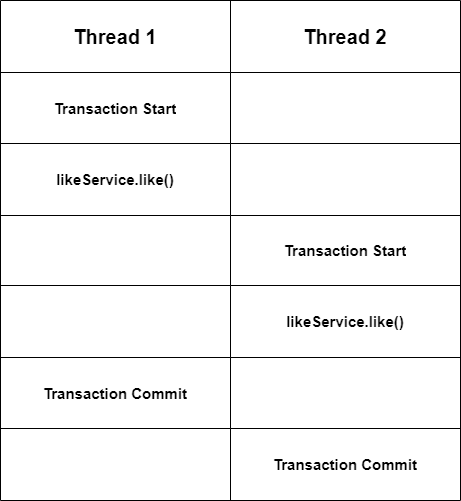
The draw.io diagram @Transactional.png in peeerr/document, before a commit. Source tidied: cells renumbered, new cells last; positions are measured from the earlier drawing's top-left corner, leaving out a move shared by most shapes. The source it was exported from:
```xml
<mxGraphModel>
  <root>
    <mxCell id="0" />
    <mxCell id="1" parent="0" />
    <mxCell id="2" style="shape=table;startSize=0;" parent="1" vertex="1">
      <mxGeometry width="460" height="500" as="geometry" />
    </mxCell>
    <mxCell id="3" style="shape=tableRow;horizontal=0;startSize=0;swimlaneHead=0;swimlaneBody=0;strokeColor=inherit;top=0;left=0;bottom=0;right=0;fillColor=none;" parent="2" vertex="1">
      <mxGeometry width="460" height="72" as="geometry" />
    </mxCell>
    <mxCell id="4" value="&lt;span style=&quot;font-size: 20px; font-weight: 700; text-wrap: nowrap;&quot;&gt;Thread 1&lt;/span&gt;" style="shape=partialRectangle;html=1;whiteSpace=wrap;strokeColor=inherit;overflow=hidden;fillColor=none;top=0;left=0;bottom=0;right=0;" parent="3" vertex="1">
      <mxGeometry width="230" height="72" as="geometry" />
    </mxCell>
    <mxCell id="5" value="&lt;span style=&quot;font-size: 20px; font-weight: 700; text-wrap: nowrap;&quot;&gt;Thread 2&lt;/span&gt;" style="shape=partialRectangle;html=1;whiteSpace=wrap;strokeColor=inherit;overflow=hidden;fillColor=none;top=0;left=0;bottom=0;right=0;" parent="3" vertex="1">
      <mxGeometry x="230" width="230" height="72" as="geometry" />
    </mxCell>
    <mxCell id="6" style="shape=tableRow;horizontal=0;startSize=0;swimlaneHead=0;swimlaneBody=0;strokeColor=inherit;top=0;left=0;bottom=0;right=0;fillColor=none;" parent="2" vertex="1">
      <mxGeometry y="72" width="460" height="71" as="geometry" />
    </mxCell>
    <mxCell id="7" value="&lt;span style=&quot;font-size: 15px; font-weight: 700;&quot;&gt;Transaction Start&lt;/span&gt;" style="shape=partialRectangle;html=1;whiteSpace=wrap;strokeColor=inherit;overflow=hidden;fillColor=none;top=0;left=0;bottom=0;right=0;" parent="6" vertex="1">
      <mxGeometry width="230" height="71" as="geometry" />
    </mxCell>
    <mxCell id="8" style="shape=partialRectangle;html=1;whiteSpace=wrap;strokeColor=inherit;overflow=hidden;fillColor=none;top=0;left=0;bottom=0;right=0;" parent="6" vertex="1">
      <mxGeometry x="230" width="230" height="71" as="geometry" />
    </mxCell>
    <mxCell id="9" style="shape=tableRow;horizontal=0;startSize=0;swimlaneHead=0;swimlaneBody=0;strokeColor=inherit;top=0;left=0;bottom=0;right=0;fillColor=none;" parent="2" vertex="1">
      <mxGeometry y="143" width="460" height="72" as="geometry" />
    </mxCell>
    <mxCell id="10" value="&lt;span style=&quot;font-size: 15px; font-weight: 700;&quot;&gt;likeService.like()&lt;/span&gt;" style="shape=partialRectangle;html=1;whiteSpace=wrap;strokeColor=inherit;overflow=hidden;fillColor=none;top=0;left=0;bottom=0;right=0;" parent="9" vertex="1">
      <mxGeometry width="230" height="72" as="geometry" />
    </mxCell>
    <mxCell id="11" style="shape=partialRectangle;html=1;whiteSpace=wrap;strokeColor=inherit;overflow=hidden;fillColor=none;top=0;left=0;bottom=0;right=0;" parent="9" vertex="1">
      <mxGeometry x="230" width="230" height="72" as="geometry" />
    </mxCell>
    <mxCell id="12" style="shape=tableRow;horizontal=0;startSize=0;swimlaneHead=0;swimlaneBody=0;strokeColor=inherit;top=0;left=0;bottom=0;right=0;fillColor=none;" parent="2" vertex="1">
      <mxGeometry y="215" width="460" height="70" as="geometry" />
    </mxCell>
    <mxCell id="13" style="shape=partialRectangle;html=1;whiteSpace=wrap;strokeColor=inherit;overflow=hidden;fillColor=none;top=0;left=0;bottom=0;right=0;" parent="12" vertex="1">
      <mxGeometry width="230" height="70" as="geometry" />
    </mxCell>
    <mxCell id="14" value="&lt;span style=&quot;font-size: 15px; font-weight: 700;&quot;&gt;Transaction Start&lt;/span&gt;" style="shape=partialRectangle;html=1;whiteSpace=wrap;strokeColor=inherit;overflow=hidden;fillColor=none;top=0;left=0;bottom=0;right=0;" parent="12" vertex="1">
      <mxGeometry x="230" width="230" height="70" as="geometry" />
    </mxCell>
    <mxCell id="15" style="shape=tableRow;horizontal=0;startSize=0;swimlaneHead=0;swimlaneBody=0;strokeColor=inherit;top=0;left=0;bottom=0;right=0;fillColor=none;" parent="2" vertex="1">
      <mxGeometry y="285" width="460" height="72" as="geometry" />
    </mxCell>
    <mxCell id="16" style="shape=partialRectangle;html=1;whiteSpace=wrap;strokeColor=inherit;overflow=hidden;fillColor=none;top=0;left=0;bottom=0;right=0;" parent="15" vertex="1">
      <mxGeometry width="230" height="72" as="geometry" />
    </mxCell>
    <mxCell id="17" value="&lt;span style=&quot;font-size: 15px; font-weight: 700;&quot;&gt;likeService.like()&lt;/span&gt;" style="shape=partialRectangle;html=1;whiteSpace=wrap;strokeColor=inherit;overflow=hidden;fillColor=none;top=0;left=0;bottom=0;right=0;" parent="15" vertex="1">
      <mxGeometry x="230" width="230" height="72" as="geometry" />
    </mxCell>
    <mxCell id="18" style="shape=tableRow;horizontal=0;startSize=0;swimlaneHead=0;swimlaneBody=0;strokeColor=inherit;top=0;left=0;bottom=0;right=0;fillColor=none;" parent="2" vertex="1">
      <mxGeometry y="357" width="460" height="71" as="geometry" />
    </mxCell>
    <mxCell id="19" value="&lt;span style=&quot;font-size: 15px; font-weight: 700;&quot;&gt;Transaction Commit&lt;/span&gt;" style="shape=partialRectangle;html=1;whiteSpace=wrap;strokeColor=inherit;overflow=hidden;fillColor=none;top=0;left=0;bottom=0;right=0;" parent="18" vertex="1">
      <mxGeometry width="230" height="71" as="geometry" />
    </mxCell>
    <mxCell id="20" style="shape=partialRectangle;html=1;whiteSpace=wrap;strokeColor=inherit;overflow=hidden;fillColor=none;top=0;left=0;bottom=0;right=0;" parent="18" vertex="1">
      <mxGeometry x="230" width="230" height="71" as="geometry" />
    </mxCell>
    <mxCell id="21" style="shape=tableRow;horizontal=0;startSize=0;swimlaneHead=0;swimlaneBody=0;strokeColor=inherit;top=0;left=0;bottom=0;right=0;fillColor=none;" parent="2" vertex="1">
      <mxGeometry y="428" width="460" height="72" as="geometry" />
    </mxCell>
    <mxCell id="22" style="shape=partialRectangle;html=1;whiteSpace=wrap;strokeColor=inherit;overflow=hidden;fillColor=none;top=0;left=0;bottom=0;right=0;" parent="21" vertex="1">
      <mxGeometry width="230" height="72" as="geometry" />
    </mxCell>
    <mxCell id="23" value="&lt;span style=&quot;font-size: 15px; font-weight: 700;&quot;&gt;Transaction Commit&lt;/span&gt;" style="shape=partialRectangle;html=1;whiteSpace=wrap;strokeColor=inherit;overflow=hidden;fillColor=none;top=0;left=0;bottom=0;right=0;" parent="21" vertex="1">
      <mxGeometry x="230" width="230" height="72" as="geometry" />
    </mxCell>
  </root>
</mxGraphModel>
```
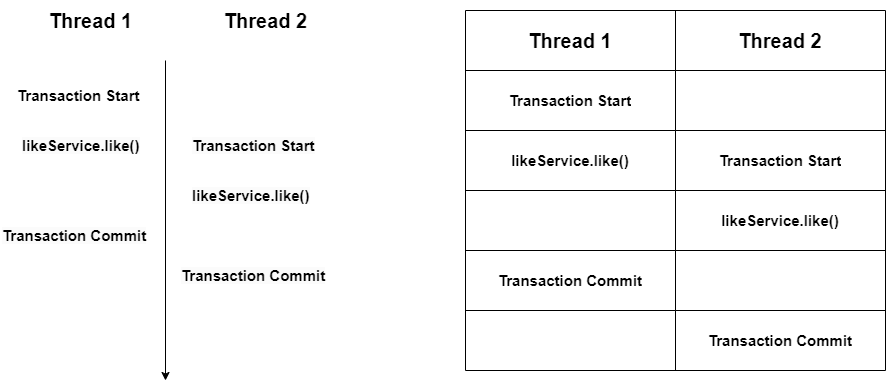
The same diagram one commit later.

What changed in the source:
```diff
@@ -2,71 +2,92 @@
   <root>
     <mxCell id="0" />
     <mxCell id="1" parent="0" />
+    <mxCell id="24" value="Thread 1" style="text;html=1;align=center;verticalAlign=middle;strokeColor=none;fillColor=none;fontSize=20;fontStyle=1;" parent="1" vertex="1">
+      <mxGeometry x="-425" y="-10" width="100" height="40" as="geometry" />
+    </mxCell>
+    <mxCell id="25" value="Thread 2" style="text;html=1;align=center;verticalAlign=middle;strokeColor=none;fillColor=none;fontSize=20;fontStyle=1;" parent="1" vertex="1">
+      <mxGeometry x="-250" y="-10" width="100" height="40" as="geometry" />
+    </mxCell>
+    <mxCell id="26" style="endArrow=classic;html=1;rounded=0;" parent="1" edge="1">
+      <mxGeometry relative="1" as="geometry">
+        <mxPoint x="-300" y="50" as="sourcePoint" />
+        <mxPoint x="-300" y="370" as="targetPoint" />
+      </mxGeometry>
+    </mxCell>
+    <mxCell id="27" value="&lt;span style=&quot;font-size: 15px; font-weight: 700; text-align: center;&quot;&gt;Transaction Start&lt;/span&gt;" style="text;whiteSpace=wrap;html=1;" parent="1" vertex="1">
+      <mxGeometry x="-450" y="70" width="125" height="40" as="geometry" />
+    </mxCell>
+    <mxCell id="28" value="&lt;span style=&quot;color: rgb(0, 0, 0); font-family: Helvetica; font-size: 15px; font-style: normal; font-variant-ligatures: normal; font-variant-caps: normal; font-weight: 700; letter-spacing: normal; orphans: 2; text-align: center; text-indent: 0px; text-transform: none; widows: 2; word-spacing: 0px; -webkit-text-stroke-width: 0px; white-space: normal; background-color: rgb(251, 251, 251); text-decoration-thickness: initial; text-decoration-style: initial; text-decoration-color: initial; display: inline !important; float: none;&quot;&gt;likeService.like()&lt;/span&gt;" style="text;whiteSpace=wrap;html=1;" parent="1" vertex="1">
+      <mxGeometry x="-445" y="120" width="115" height="40" as="geometry" />
+    </mxCell>
+    <mxCell id="29" value="&lt;span style=&quot;color: rgb(0, 0, 0); font-family: Helvetica; font-size: 15px; font-style: normal; font-variant-ligatures: normal; font-variant-caps: normal; font-weight: 700; letter-spacing: normal; orphans: 2; text-align: center; text-indent: 0px; text-transform: none; widows: 2; word-spacing: 0px; -webkit-text-stroke-width: 0px; white-space: normal; background-color: rgb(251, 251, 251); text-decoration-thickness: initial; text-decoration-style: initial; text-decoration-color: initial; display: inline !important; float: none;&quot;&gt;Transaction Commit&lt;/span&gt;" style="text;whiteSpace=wrap;html=1;" parent="1" vertex="1">
+      <mxGeometry x="-465" y="210" width="155" height="40" as="geometry" />
+    </mxCell>
+    <mxCell id="30" value="&lt;span style=&quot;color: rgb(0, 0, 0); font-family: Helvetica; font-size: 15px; font-style: normal; font-variant-ligatures: normal; font-variant-caps: normal; font-weight: 700; letter-spacing: normal; orphans: 2; text-align: center; text-indent: 0px; text-transform: none; widows: 2; word-spacing: 0px; -webkit-text-stroke-width: 0px; white-space: normal; background-color: rgb(251, 251, 251); text-decoration-thickness: initial; text-decoration-style: initial; text-decoration-color: initial; display: inline !important; float: none;&quot;&gt;Transaction Start&lt;/span&gt;" style="text;whiteSpace=wrap;html=1;" parent="1" vertex="1">
+      <mxGeometry x="-275" y="120" width="125" height="40" as="geometry" />
+    </mxCell>
+    <mxCell id="31" value="&lt;span style=&quot;color: rgb(0, 0, 0); font-family: Helvetica; font-size: 15px; font-style: normal; font-variant-ligatures: normal; font-variant-caps: normal; font-weight: 700; letter-spacing: normal; orphans: 2; text-align: center; text-indent: 0px; text-transform: none; widows: 2; word-spacing: 0px; -webkit-text-stroke-width: 0px; white-space: normal; background-color: rgb(251, 251, 251); text-decoration-thickness: initial; text-decoration-style: initial; text-decoration-color: initial; display: inline !important; float: none;&quot;&gt;likeService.like()&lt;/span&gt;" style="text;whiteSpace=wrap;html=1;" parent="1" vertex="1">
+      <mxGeometry x="-275" y="170" width="115" height="40" as="geometry" />
+    </mxCell>
+    <mxCell id="32" value="&lt;span style=&quot;color: rgb(0, 0, 0); font-family: Helvetica; font-size: 15px; font-style: normal; font-variant-ligatures: normal; font-variant-caps: normal; font-weight: 700; letter-spacing: normal; orphans: 2; text-align: center; text-indent: 0px; text-transform: none; widows: 2; word-spacing: 0px; -webkit-text-stroke-width: 0px; white-space: normal; background-color: rgb(251, 251, 251); text-decoration-thickness: initial; text-decoration-style: initial; text-decoration-color: initial; display: inline !important; float: none;&quot;&gt;Transaction Commit&lt;/span&gt;" style="text;whiteSpace=wrap;html=1;" parent="1" vertex="1">
+      <mxGeometry x="-286" y="250" width="155" height="40" as="geometry" />
+    </mxCell>
     <mxCell id="2" style="shape=table;startSize=0;" parent="1" vertex="1">
-      <mxGeometry width="460" height="500" as="geometry" />
+      <mxGeometry width="420" height="360" as="geometry" />
     </mxCell>
     <mxCell id="3" style="shape=tableRow;horizontal=0;startSize=0;swimlaneHead=0;swimlaneBody=0;strokeColor=inherit;top=0;left=0;bottom=0;right=0;fillColor=none;" parent="2" vertex="1">
-      <mxGeometry width="460" height="72" as="geometry" />
+      <mxGeometry width="420" height="60" as="geometry" />
     </mxCell>
     <mxCell id="4" value="&lt;span style=&quot;font-size: 20px; font-weight: 700; text-wrap: nowrap;&quot;&gt;Thread 1&lt;/span&gt;" style="shape=partialRectangle;html=1;whiteSpace=wrap;strokeColor=inherit;overflow=hidden;fillColor=none;top=0;left=0;bottom=0;right=0;" parent="3" vertex="1">
-      <mxGeometry width="230" height="72" as="geometry" />
+      <mxGeometry width="210" height="60" as="geometry" />
     </mxCell>
     <mxCell id="5" value="&lt;span style=&quot;font-size: 20px; font-weight: 700; text-wrap: nowrap;&quot;&gt;Thread 2&lt;/span&gt;" style="shape=partialRectangle;html=1;whiteSpace=wrap;strokeColor=inherit;overflow=hidden;fillColor=none;top=0;left=0;bottom=0;right=0;" parent="3" vertex="1">
-      <mxGeometry x="230" width="230" height="72" as="geometry" />
+      <mxGeometry x="210" width="210" height="60" as="geometry" />
     </mxCell>
     <mxCell id="6" style="shape=tableRow;horizontal=0;startSize=0;swimlaneHead=0;swimlaneBody=0;strokeColor=inherit;top=0;left=0;bottom=0;right=0;fillColor=none;" parent="2" vertex="1">
-      <mxGeometry y="72" width="460" height="71" as="geometry" />
+      <mxGeometry y="60" width="420" height="60" as="geometry" />
     </mxCell>
     <mxCell id="7" value="&lt;span style=&quot;font-size: 15px; font-weight: 700;&quot;&gt;Transaction Start&lt;/span&gt;" style="shape=partialRectangle;html=1;whiteSpace=wrap;strokeColor=inherit;overflow=hidden;fillColor=none;top=0;left=0;bottom=0;right=0;" parent="6" vertex="1">
-      <mxGeometry width="230" height="71" as="geometry" />
+      <mxGeometry width="210" height="60" as="geometry" />
     </mxCell>
     <mxCell id="8" style="shape=partialRectangle;html=1;whiteSpace=wrap;strokeColor=inherit;overflow=hidden;fillColor=none;top=0;left=0;bottom=0;right=0;" parent="6" vertex="1">
-      <mxGeometry x="230" width="230" height="71" as="geometry" />
+      <mxGeometry x="210" width="210" height="60" as="geometry" />
     </mxCell>
     <mxCell id="9" style="shape=tableRow;horizontal=0;startSize=0;swimlaneHead=0;swimlaneBody=0;strokeColor=inherit;top=0;left=0;bottom=0;right=0;fillColor=none;" parent="2" vertex="1">
-      <mxGeometry y="143" width="460" height="72" as="geometry" />
+      <mxGeometry y="120" width="420" height="60" as="geometry" />
     </mxCell>
     <mxCell id="10" value="&lt;span style=&quot;font-size: 15px; font-weight: 700;&quot;&gt;likeService.like()&lt;/span&gt;" style="shape=partialRectangle;html=1;whiteSpace=wrap;strokeColor=inherit;overflow=hidden;fillColor=none;top=0;left=0;bottom=0;right=0;" parent="9" vertex="1">
-      <mxGeometry width="230" height="72" as="geometry" />
+      <mxGeometry width="210" height="60" as="geometry" />
     </mxCell>
-    <mxCell id="11" style="shape=partialRectangle;html=1;whiteSpace=wrap;strokeColor=inherit;overflow=hidden;fillColor=none;top=0;left=0;bottom=0;right=0;" parent="9" vertex="1">
-      <mxGeometry x="230" width="230" height="72" as="geometry" />
+    <mxCell id="11" value="&lt;span style=&quot;font-size: 15px; font-weight: 700;&quot;&gt;Transaction Start&lt;/span&gt;" style="shape=partialRectangle;html=1;whiteSpace=wrap;strokeColor=inherit;overflow=hidden;fillColor=none;top=0;left=0;bottom=0;right=0;" parent="9" vertex="1">
+      <mxGeometry x="210" width="210" height="60" as="geometry" />
     </mxCell>
     <mxCell id="12" style="shape=tableRow;horizontal=0;startSize=0;swimlaneHead=0;swimlaneBody=0;strokeColor=inherit;top=0;left=0;bottom=0;right=0;fillColor=none;" parent="2" vertex="1">
-      <mxGeometry y="215" width="460" height="70" as="geometry" />
+      <mxGeometry y="180" width="420" height="60" as="geometry" />
     </mxCell>
     <mxCell id="13" style="shape=partialRectangle;html=1;whiteSpace=wrap;strokeColor=inherit;overflow=hidden;fillColor=none;top=0;left=0;bottom=0;right=0;" parent="12" vertex="1">
-      <mxGeometry width="230" height="70" as="geometry" />
+      <mxGeometry width="210" height="60" as="geometry" />
     </mxCell>
-    <mxCell id="14" value="&lt;span style=&quot;font-size: 15px; font-weight: 700;&quot;&gt;Transaction Start&lt;/span&gt;" style="shape=partialRectangle;html=1;whiteSpace=wrap;strokeColor=inherit;overflow=hidden;fillColor=none;top=0;left=0;bottom=0;right=0;" parent="12" vertex="1">
-      <mxGeometry x="230" width="230" height="70" as="geometry" />
+    <mxCell id="14" value="&lt;span style=&quot;font-size: 15px; font-weight: 700;&quot;&gt;likeService.like()&lt;/span&gt;" style="shape=partialRectangle;html=1;whiteSpace=wrap;strokeColor=inherit;overflow=hidden;fillColor=none;top=0;left=0;bottom=0;right=0;" parent="12" vertex="1">
+      <mxGeometry x="210" width="210" height="60" as="geometry" />
     </mxCell>
     <mxCell id="15" style="shape=tableRow;horizontal=0;startSize=0;swimlaneHead=0;swimlaneBody=0;strokeColor=inherit;top=0;left=0;bottom=0;right=0;fillColor=none;" parent="2" vertex="1">
-      <mxGeometry y="285" width="460" height="72" as="geometry" />
+      <mxGeometry y="240" width="420" height="60" as="geometry" />
     </mxCell>
-    <mxCell id="16" style="shape=partialRectangle;html=1;whiteSpace=wrap;strokeColor=inherit;overflow=hidden;fillColor=none;top=0;left=0;bottom=0;right=0;" parent="15" vertex="1">
-      <mxGeometry width="230" height="72" as="geometry" />
+    <mxCell id="16" value="&lt;span style=&quot;font-size: 15px; font-weight: 700;&quot;&gt;Transaction Commit&lt;/span&gt;" style="shape=partialRectangle;html=1;whiteSpace=wrap;strokeColor=inherit;overflow=hidden;fillColor=none;top=0;left=0;bottom=0;right=0;" parent="15" vertex="1">
+      <mxGeometry width="210" height="60" as="geometry" />
     </mxCell>
-    <mxCell id="17" value="&lt;span style=&quot;font-size: 15px; font-weight: 700;&quot;&gt;likeService.like()&lt;/span&gt;" style="shape=partialRectangle;html=1;whiteSpace=wrap;strokeColor=inherit;overflow=hidden;fillColor=none;top=0;left=0;bottom=0;right=0;" parent="15" vertex="1">
-      <mxGeometry x="230" width="230" height="72" as="geometry" />
+    <mxCell id="17" style="shape=partialRectangle;html=1;whiteSpace=wrap;strokeColor=inherit;overflow=hidden;fillColor=none;top=0;left=0;bottom=0;right=0;" parent="15" vertex="1">
+      <mxGeometry x="210" width="210" height="60" as="geometry" />
     </mxCell>
     <mxCell id="18" style="shape=tableRow;horizontal=0;startSize=0;swimlaneHead=0;swimlaneBody=0;strokeColor=inherit;top=0;left=0;bottom=0;right=0;fillColor=none;" parent="2" vertex="1">
-      <mxGeometry y="357" width="460" height="71" as="geometry" />
+      <mxGeometry y="300" width="420" height="60" as="geometry" />
     </mxCell>
-    <mxCell id="19" value="&lt;span style=&quot;font-size: 15px; font-weight: 700;&quot;&gt;Transaction Commit&lt;/span&gt;" style="shape=partialRectangle;html=1;whiteSpace=wrap;strokeColor=inherit;overflow=hidden;fillColor=none;top=0;left=0;bottom=0;right=0;" parent="18" vertex="1">
-      <mxGeometry width="230" height="71" as="geometry" />
+    <mxCell id="19" style="shape=partialRectangle;html=1;whiteSpace=wrap;strokeColor=inherit;overflow=hidden;fillColor=none;top=0;left=0;bottom=0;right=0;" parent="18" vertex="1">
+      <mxGeometry width="210" height="60" as="geometry" />
     </mxCell>
-    <mxCell id="20" style="shape=partialRectangle;html=1;whiteSpace=wrap;strokeColor=inherit;overflow=hidden;fillColor=none;top=0;left=0;bottom=0;right=0;" parent="18" vertex="1">
-      <mxGeometry x="230" width="230" height="71" as="geometry" />
+    <mxCell id="20" value="&lt;span style=&quot;font-size: 15px; font-weight: 700;&quot;&gt;Transaction Commit&lt;/span&gt;" style="shape=partialRectangle;html=1;whiteSpace=wrap;strokeColor=inherit;overflow=hidden;fillColor=none;top=0;left=0;bottom=0;right=0;" parent="18" vertex="1">
+      <mxGeometry x="210" width="210" height="60" as="geometry" />
     </mxCell>
-    <mxCell id="21" style="shape=tableRow;horizontal=0;startSize=0;swimlaneHead=0;swimlaneBody=0;strokeColor=inherit;top=0;left=0;bottom=0;right=0;fillColor=none;" parent="2" vertex="1">
-      <mxGeometry y="428" width="460" height="72" as="geometry" />
-    </mxCell>
-    <mxCell id="22" style="shape=partialRectangle;html=1;whiteSpace=wrap;strokeColor=inherit;overflow=hidden;fillColor=none;top=0;left=0;bottom=0;right=0;" parent="21" vertex="1">
-      <mxGeometry width="230" height="72" as="geometry" />
-    </mxCell>
-    <mxCell id="23" value="&lt;span style=&quot;font-size: 15px; font-weight: 700;&quot;&gt;Transaction Commit&lt;/span&gt;" style="shape=partialRectangle;html=1;whiteSpace=wrap;strokeColor=inherit;overflow=hidden;fillColor=none;top=0;left=0;bottom=0;right=0;" parent="21" vertex="1">
-      <mxGeometry x="230" width="230" height="72" as="geometry" />
-    </mxCell>
   </root>
 </mxGraphModel>
```
